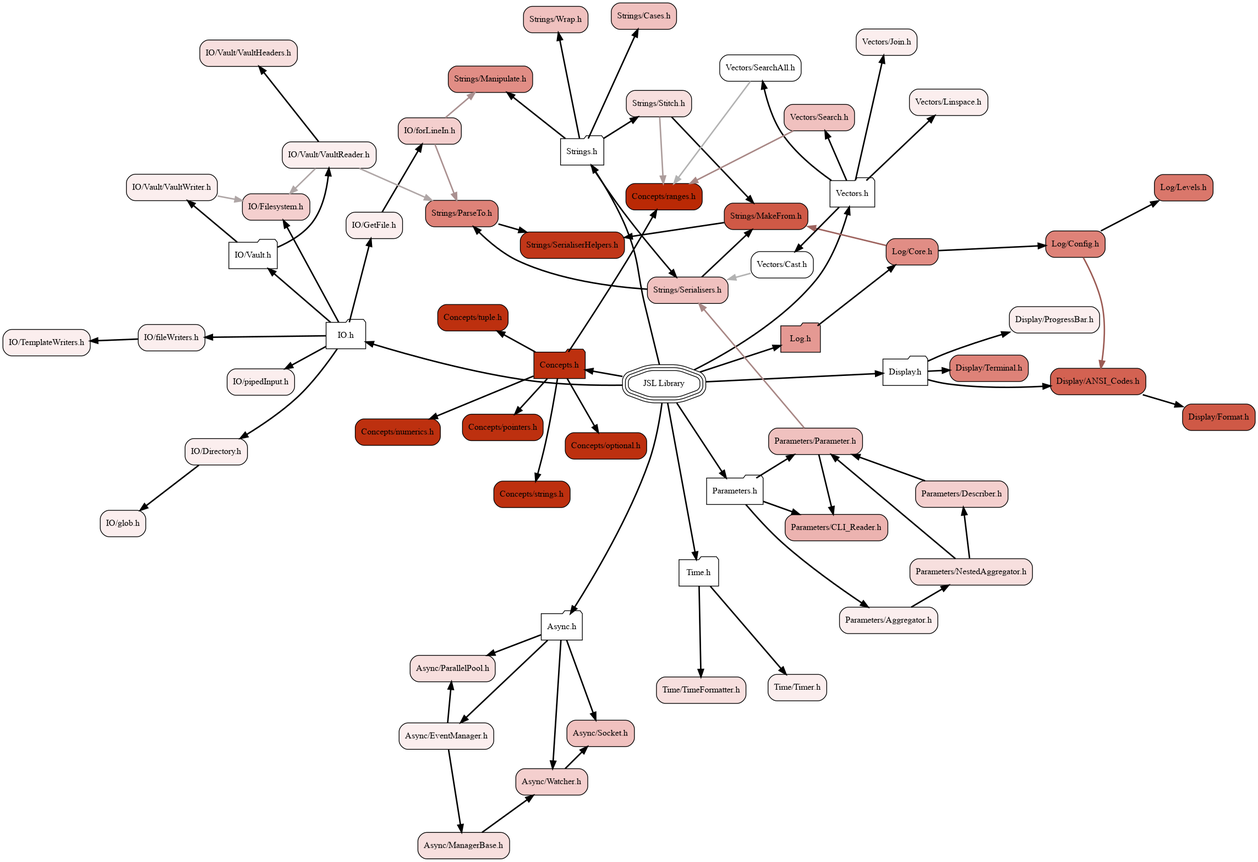
Earlier version of the Graphviz export docs/visualiser/heatmap.png (DrFraserGovil/JSL). Its source is kept beside it as docs/visualiser/heatmap.dot.
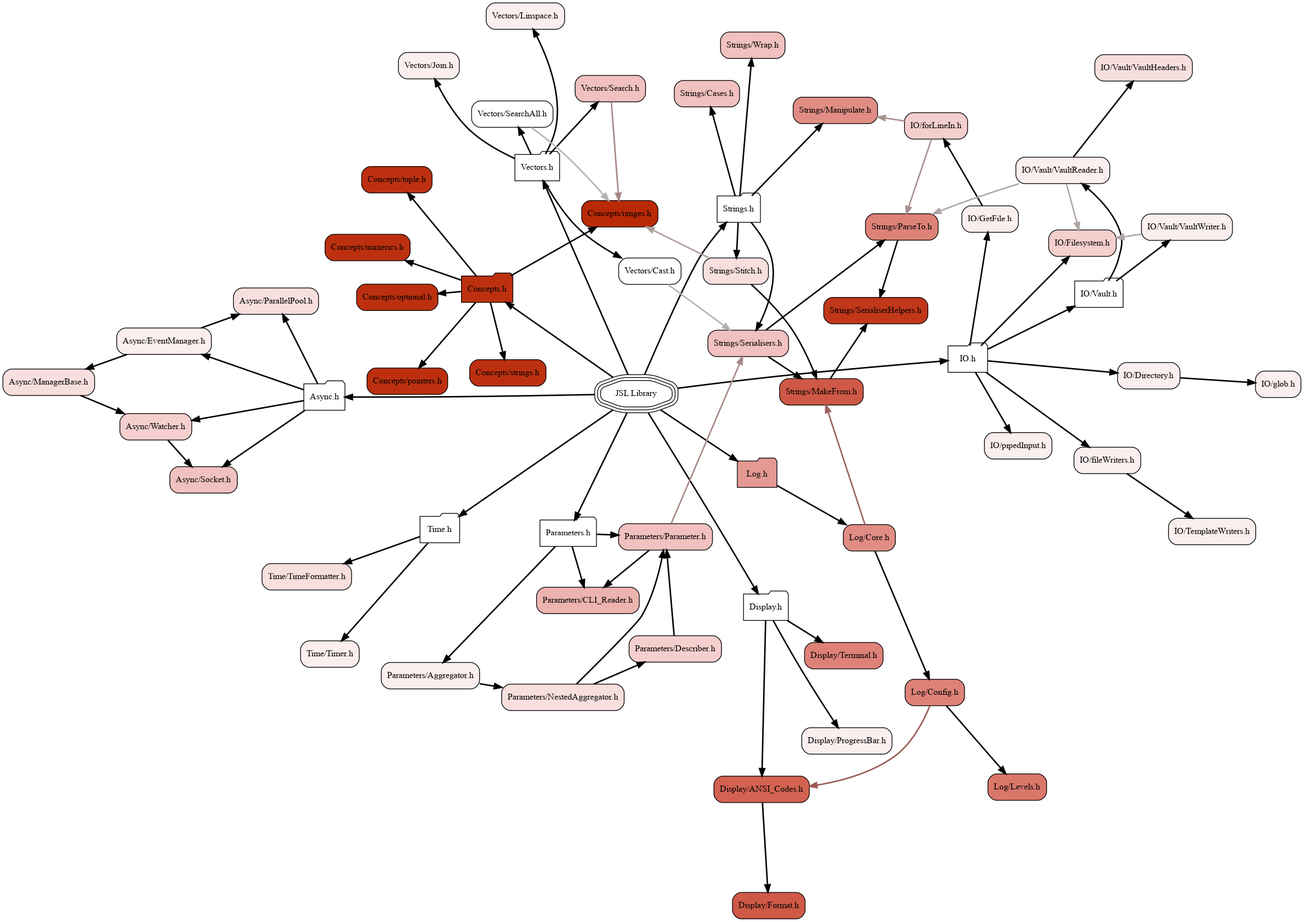
After the change.

Diff of the diagram source:
```diff
@@ -68,15 +68,15 @@
 	node[fillcolor="#fbeeee", style="rounded,filled", shape=box, color="black"] "Vectors/Linspace.h"              [label="Vectors/Linspace.h"]
 	node[fillcolor="#f0c1bf", style="rounded,filled", shape=box, color="black"] "Vectors/Search.h"                [label="Vectors/Search.h"]
 	node[fillcolor="#ffffff", style="rounded,filled", shape=box, color="black"] "Vectors/SearchAll.h"             [label="Vectors/SearchAll.h"]
+	"JSL.h"                           -> "Log.h"[weight=10000,penwidth=2]
 	"JSL.h"                           -> "Vectors.h"[weight=10000,penwidth=2]
-	"JSL.h"                           -> "Async.h"[weight=10000,penwidth=2]
 	"JSL.h"                           -> "Display.h"[weight=10000,penwidth=2]
 	"JSL.h"                           -> "Parameters.h"[weight=10000,penwidth=2]
+	"JSL.h"                           -> "Async.h"[weight=10000,penwidth=2]
 	"JSL.h"                           -> "Strings.h"[weight=10000,penwidth=2]
+	"JSL.h"                           -> "IO.h"[weight=10000,penwidth=2]
+	"JSL.h"                           -> "Concepts.h"[weight=10000,penwidth=2]
 	"JSL.h"                           -> "Time.h"[weight=10000,penwidth=2]
-	"JSL.h"                           -> "Concepts.h"[weight=10000,penwidth=2]
-	"JSL.h"                           -> "Log.h"[weight=10000,penwidth=2]
-	"JSL.h"                           -> "IO.h"[weight=10000,penwidth=2]
 	"Async.h"                         -> "Async/Socket.h"[weight=10000,penwidth=2]
 	"Async.h"                         -> "Async/Watcher.h"[weight=10000,penwidth=2]
 	"Async.h"                         -> "Async/EventManager.h"[weight=10000,penwidth=2]
@@ -85,36 +85,36 @@
 	"Async/EventManager.h"            -> "Async/ParallelPool.h"[weight=10000,penwidth=2]
 	"Async/ManagerBase.h"             -> "Async/Watcher.h"[weight=10000,penwidth=2]
 	"Async/Watcher.h"                 -> "Async/Socket.h"[weight=10000,penwidth=2]
+	"Concepts.h"                      -> "Concepts/numerics.h"[weight=10000,penwidth=2]
+	"Concepts.h"                      -> "Concepts/strings.h"[weight=10000,penwidth=2]
+	"Concepts.h"                      -> "Concepts/tuple.h"[weight=10000,penwidth=2]
+	"Concepts.h"                      -> "Concepts/pointers.h"[weight=10000,penwidth=2]
 	"Concepts.h"                      -> "Concepts/ranges.h"[weight=10000,penwidth=2]
-	"Concepts.h"                      -> "Concepts/strings.h"[weight=10000,penwidth=2]
-	"Concepts.h"                      -> "Concepts/pointers.h"[weight=10000,penwidth=2]
 	"Concepts.h"                      -> "Concepts/optional.h"[weight=10000,penwidth=2]
-	"Concepts.h"                      -> "Concepts/tuple.h"[weight=10000,penwidth=2]
-	"Concepts.h"                      -> "Concepts/numerics.h"[weight=10000,penwidth=2]
+	"Display.h"                       -> "Display/Terminal.h"[weight=10000,penwidth=2]
 	"Display.h"                       -> "Display/ProgressBar.h"[weight=10000,penwidth=2]
 	"Display.h"                       -> "Display/ANSI_Codes.h"[weight=10000,penwidth=2]
-	"Display.h"                       -> "Display/Terminal.h"[weight=10000,penwidth=2]
 	"Display/ANSI_Codes.h"            -> "Display/Format.h"[weight=10000,penwidth=2]
-	"IO.h"                            -> "IO/Vault.h"[weight=10000,penwidth=2]
+	"IO.h"                            -> "IO/fileWriters.h"[weight=10000,penwidth=2]
 	"IO.h"                            -> "IO/Filesystem.h"[weight=10000,penwidth=2]
 	"IO.h"                            -> "IO/Directory.h"[weight=10000,penwidth=2]
-	"IO.h"                            -> "IO/fileWriters.h"[weight=10000,penwidth=2]
+	"IO.h"                            -> "IO/GetFile.h"[weight=10000,penwidth=2]
+	"IO.h"                            -> "IO/Vault.h"[weight=10000,penwidth=2]
 	"IO.h"                            -> "IO/pipedInput.h"[weight=10000,penwidth=2]
-	"IO.h"                            -> "IO/GetFile.h"[weight=10000,penwidth=2]
 	"IO/Directory.h"                  -> "IO/glob.h"[weight=10000,penwidth=2]
 	"IO/GetFile.h"                    -> "IO/forLineIn.h"[weight=10000,penwidth=2]
 	"IO/Vault.h"                      -> "IO/Vault/VaultWriter.h"[weight=10000,penwidth=2]
 	"IO/Vault.h"                      -> "IO/Vault/VaultReader.h"[weight=10000,penwidth=2]
 	"IO/Vault/VaultReader.h"          -> "IO/Filesystem.h"[constraint=true,weight=0,penwidth=2,color="#afa6a6"]
+	"IO/Vault/VaultReader.h"          -> "Strings/ParseTo.h"[constraint=false,weight=0,penwidth=2,color="#afa6a6"]
 	"IO/Vault/VaultReader.h"          -> "IO/Vault/VaultHeaders.h"[weight=10000,penwidth=2]
-	"IO/Vault/VaultReader.h"          -> "Strings/ParseTo.h"[constraint=false,weight=0,penwidth=2,color="#afa6a6"]
 	"IO/Vault/VaultWriter.h"          -> "IO/Filesystem.h"[constraint=true,weight=0,penwidth=2,color="#afa6a6"]
 	"IO/fileWriters.h"                -> "IO/TemplateWriters.h"[weight=10000,penwidth=2]
 	"IO/forLineIn.h"                  -> "Strings/ParseTo.h"[constraint=false,weight=0,penwidth=2,color="#aa9090"]
 	"IO/forLineIn.h"                  -> "Strings/Manipulate.h"[constraint=true,weight=0,penwidth=2,color="#aa9090"]
 	"Log.h"                           -> "Log/Core.h"[weight=10000,penwidth=2]
+	"Log/Config.h"                    -> "Log/Levels.h"[weight=10000,penwidth=2]
 	"Log/Config.h"                    -> "Display/ANSI_Codes.h"[constraint=false,weight=0,penwidth=2,color="#9b5b54"]
-	"Log/Config.h"                    -> "Log/Levels.h"[weight=10000,penwidth=2]
 	"Log/Core.h"                      -> "Strings/MakeFrom.h"[constraint=true,weight=0,penwidth=2,color="#9d625d"]
 	"Log/Core.h"                      -> "Log/Config.h"[weight=10000,penwidth=2]
 	"Parameters.h"                    -> "Parameters/Parameter.h"[weight=10000,penwidth=2]
@@ -122,8 +122,8 @@
 	"Parameters.h"                    -> "Parameters/CLI_Reader.h"[weight=10000,penwidth=2]
 	"Parameters/Aggregator.h"         -> "Parameters/NestedAggregator.h"[weight=10000,penwidth=2]
 	"Parameters/Describer.h"          -> "Parameters/Parameter.h"[weight=10000,penwidth=2]
+	"Parameters/NestedAggregator.h"   -> "Parameters/Describer.h"[weight=10000,penwidth=2]
 	"Parameters/NestedAggregator.h"   -> "Parameters/Parameter.h"[weight=10000,penwidth=2]
-	"Parameters/NestedAggregator.h"   -> "Parameters/Describer.h"[weight=10000,penwidth=2]
 	"Parameters/Parameter.h"          -> "Parameters/CLI_Reader.h"[weight=10000,penwidth=2]
 	"Parameters/Parameter.h"          -> "Strings/Serialisers.h"[constraint=false,weight=0,penwidth=2,color="#a88785"]
 	"Strings.h"                       -> "Strings/Serialisers.h"[weight=10000,penwidth=2]
@@ -133,8 +133,8 @@
 	"Strings.h"                       -> "Strings/Wrap.h"[weight=10000,penwidth=2]
 	"Strings/MakeFrom.h"              -> "Strings/SerialiserHelpers.h"[weight=10000,penwidth=2]
 	"Strings/ParseTo.h"               -> "Strings/SerialiserHelpers.h"[weight=10000,penwidth=2]
+	"Strings/Serialisers.h"           -> "Strings/MakeFrom.h"[weight=10000,penwidth=2]
 	"Strings/Serialisers.h"           -> "Strings/ParseTo.h"[weight=10000,penwidth=2]
-	"Strings/Serialisers.h"           -> "Strings/MakeFrom.h"[weight=10000,penwidth=2]
 	"Strings/Stitch.h"                -> "Concepts/ranges.h"[constraint=false,weight=0,penwidth=2,color="#ac9c9b"]
 	"Strings/Stitch.h"                -> "Strings/MakeFrom.h"[weight=10000,penwidth=2]
 	"Time.h"                          -> "Time/Timer.h"[weight=10000,penwidth=2]
```
